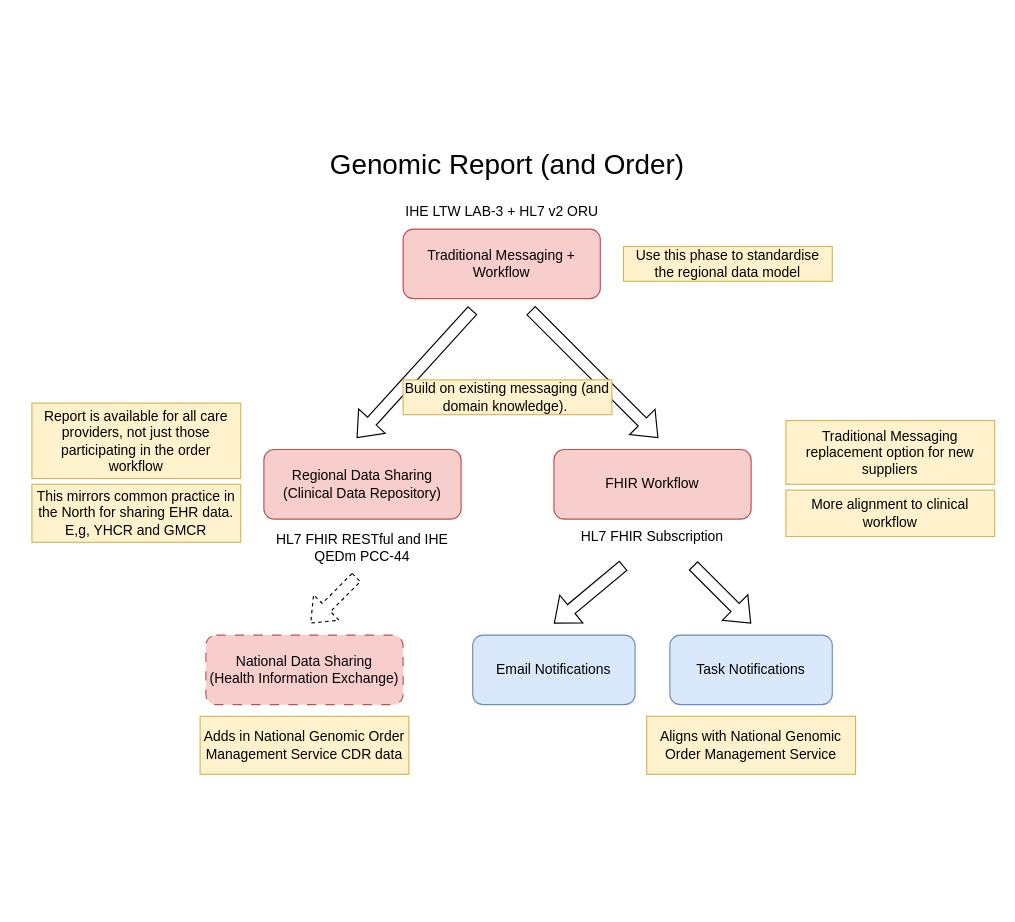
This is DrawIo/Modernisation IHE LTW LAB-3.drawio from nw-gmsa/nw-gmsa.github.com, a draw.io file, before an edit. Source tidied: cells renumbered, new cells numbered last; positions are measured from the earlier drawing's top-left corner, leaving out a move shared by most shapes. Both pictures are drawn from the tidied source at 116%, with x=0, y=0 at pixel (31, 147).
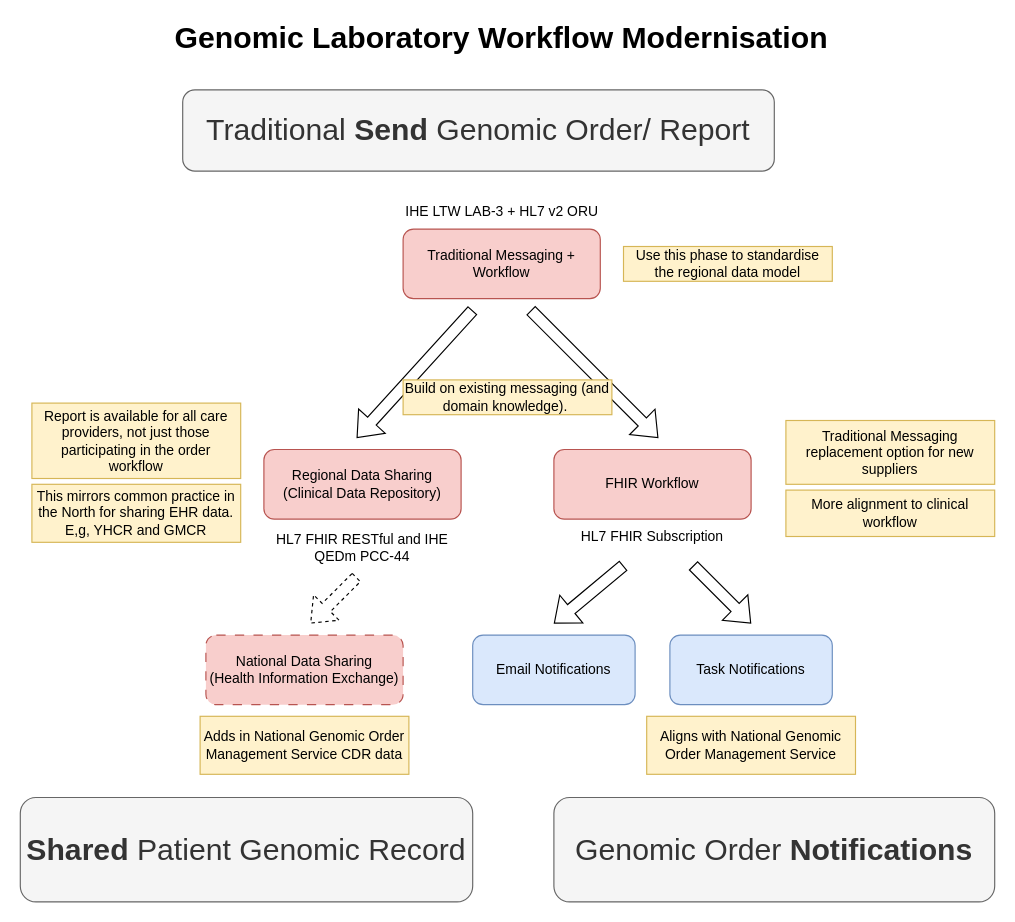
After the change.

Commit message (it also covers changes not shown here):
Modelling overview added

The edit, as a diff of the source:
```diff
@@
-    <mxCell id="23" value="&lt;font style=&quot;font-size: 24px;&quot;&gt;Genomic Report (and Order)&lt;/font&gt;" style="text;html=1;align=center;verticalAlign=middle;whiteSpace=wrap;rounded=0;" parent="1" vertex="1">
-      <mxGeometry x="245" width="330" height="30" as="geometry" />
+    <mxCell id="23" value="&lt;font&gt;Genomic Laboratory Workflow Modernisation&lt;/font&gt;" style="text;html=1;align=center;verticalAlign=middle;whiteSpace=wrap;rounded=0;fontStyle=1;fontSize=26;" parent="1" vertex="1">
+      <mxGeometry x="95" y="-110" width="620" height="30" as="geometry" />
     </mxCell>
@@
+    <mxCell id="25" value="&lt;font style=&quot;font-size: 26px;&quot;&gt;&lt;b&gt;Shared&lt;/b&gt; Patient Genomic Record&lt;/font&gt;" style="rounded=1;whiteSpace=wrap;html=1;fillColor=#f5f5f5;fontColor=#333333;strokeColor=#666666;" parent="1" vertex="1">
+      <mxGeometry x="-10" y="560" width="390" height="90" as="geometry" />
+    </mxCell>
+    <mxCell id="26" value="&lt;span style=&quot;font-size: 26px;&quot;&gt;Genomic Order &lt;b&gt;Notifications&lt;/b&gt;&lt;/span&gt;" style="rounded=1;whiteSpace=wrap;html=1;fillColor=#f5f5f5;fontColor=#333333;strokeColor=#666666;" parent="1" vertex="1">
+      <mxGeometry x="450" y="560" width="380" height="90" as="geometry" />
+    </mxCell>
+    <mxCell id="27" value="&lt;span style=&quot;font-size: 26px;&quot;&gt;Traditional &lt;b&gt;Send&lt;/b&gt; Genomic Order/ Report&lt;/span&gt;" style="rounded=1;whiteSpace=wrap;html=1;fillColor=#f5f5f5;fontColor=#333333;strokeColor=#666666;" parent="1" vertex="1">
+      <mxGeometry x="130" y="-50" width="510" height="70" as="geometry" />
+    </mxCell>
```
